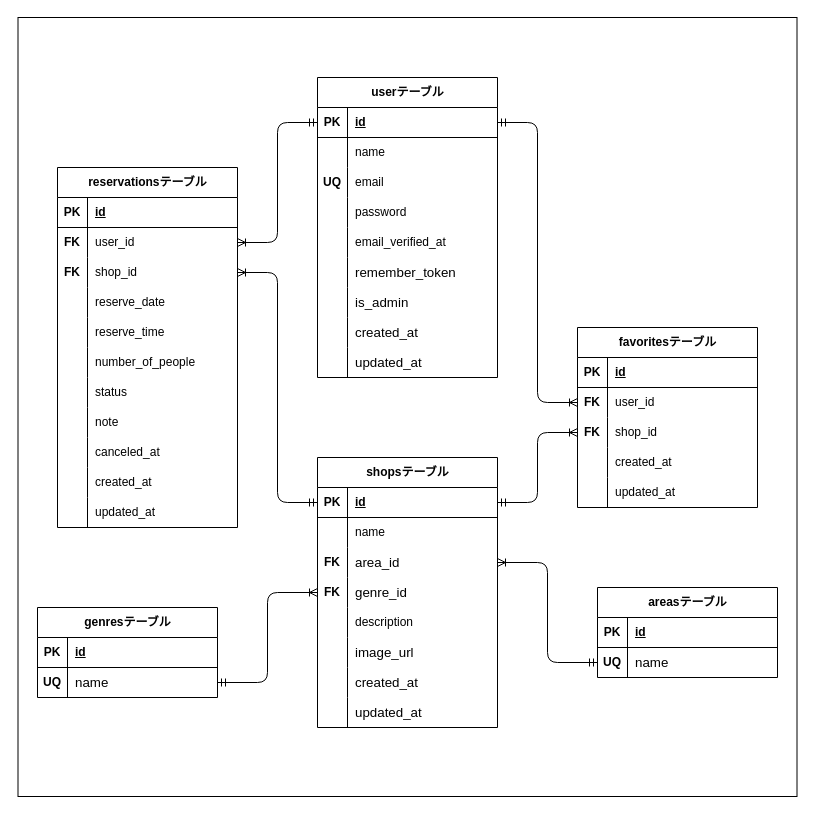
This is ER.drawio from mikaer175-hikaru/Rese, a draw.io file, before an edit. Source tidied: cells renumbered, new cells numbered last; positions are measured from the earlier drawing's top-left corner, leaving out a move shared by most shapes. Both pictures are drawn from the tidied source at 100%, with x=0, y=0 at pixel (17, 17).
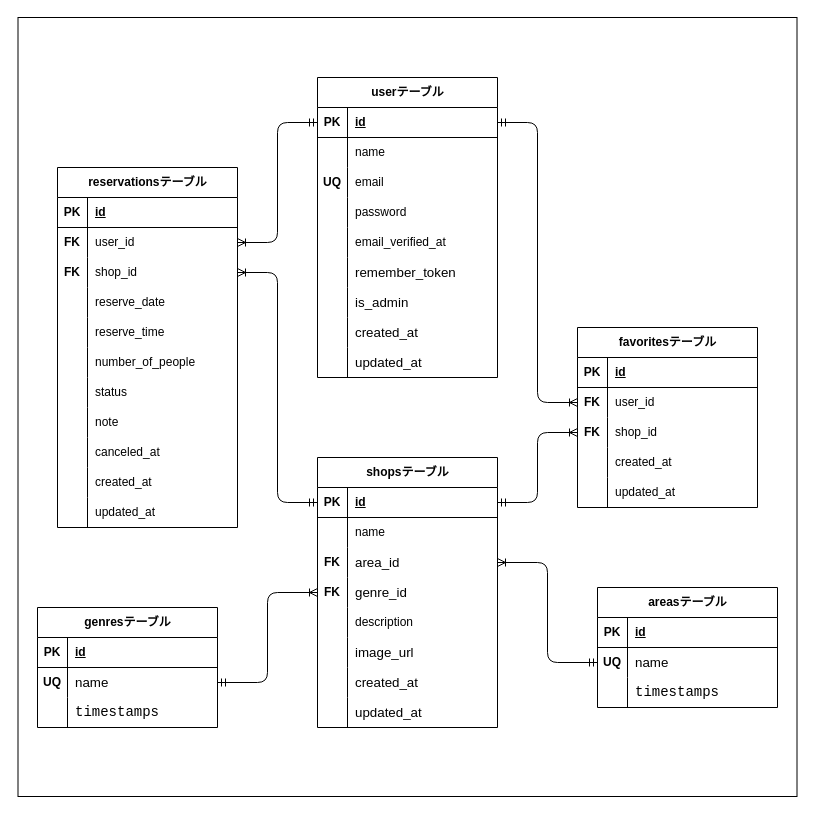
After the change.

Diff of the diagram source:
```diff
@@
     <mxCell id="31" value="areasテーブル" style="shape=table;startSize=30;childLayout=tableLayout;rowLines=0;align=center;html=1;textDirection=ltr;fontStyle=1;" parent="1" vertex="1">
-      <mxGeometry x="580" y="570" width="180" height="90" as="geometry" />
+      <mxGeometry x="580" y="570" width="180" height="120" as="geometry" />
     </mxCell>
@@
+    <mxCell id="126" style="shape=tableRow;horizontal=0;startSize=0;swimlaneHead=0;swimlaneBody=0;fillColor=none;top=0;left=0;right=0;bottom=0;" parent="31" vertex="1">
+      <mxGeometry y="90" width="180" height="30" as="geometry" />
+    </mxCell>
+    <mxCell id="127" style="shape=partialRectangle;fillColor=none;top=0;left=0;bottom=0;right=0;overflow=hidden;whiteSpace=wrap;html=1;fontStyle=1;" parent="126" vertex="1">
+      <mxGeometry width="30" height="30" as="geometry" />
+    </mxCell>
+    <mxCell id="128" value="&lt;div style=&quot;font-family: Consolas, &amp;quot;Courier New&amp;quot;, monospace; font-size: 14px; line-height: 19px; white-space: pre;&quot;&gt;&lt;span&gt;&lt;font style=&quot;color: rgb(0, 0, 0);&quot;&gt;timestamps&lt;/font&gt;&lt;/span&gt;&lt;/div&gt;" style="shape=partialRectangle;fillColor=none;top=0;left=0;bottom=0;right=0;align=left;spacingLeft=6;overflow=hidden;whiteSpace=wrap;html=1;" parent="126" vertex="1">
+      <mxGeometry x="30" width="150" height="30" as="geometry" />
+    </mxCell>
     <mxCell id="38" value="genresテーブル" style="shape=table;startSize=30;childLayout=tableLayout;rowLines=0;align=center;html=1;fontStyle=1;" parent="1" vertex="1">
-      <mxGeometry x="20" y="590" width="180" height="90" as="geometry" />
+      <mxGeometry x="20" y="590" width="180" height="120" as="geometry" />
     </mxCell>
@@
+    <mxCell id="129" style="shape=tableRow;horizontal=0;startSize=0;swimlaneHead=0;swimlaneBody=0;fillColor=none;top=0;left=0;right=0;bottom=0;" parent="38" vertex="1">
+      <mxGeometry y="90" width="180" height="30" as="geometry" />
+    </mxCell>
+    <mxCell id="130" style="shape=partialRectangle;fillColor=none;top=0;left=0;bottom=0;right=0;overflow=hidden;whiteSpace=wrap;html=1;fontStyle=1;" parent="129" vertex="1">
+      <mxGeometry width="30" height="30" as="geometry" />
+    </mxCell>
+    <mxCell id="131" value="&lt;span style=&quot;color: rgb(0, 0, 0); font-family: Consolas, &amp;quot;Courier New&amp;quot;, monospace; font-size: 14px; white-space: pre;&quot;&gt;timestamps&lt;/span&gt;" style="shape=partialRectangle;fillColor=none;top=0;left=0;bottom=0;right=0;align=left;spacingLeft=6;overflow=hidden;whiteSpace=wrap;html=1;" parent="129" vertex="1">
+      <mxGeometry x="30" width="150" height="30" as="geometry" />
+    </mxCell>
```
